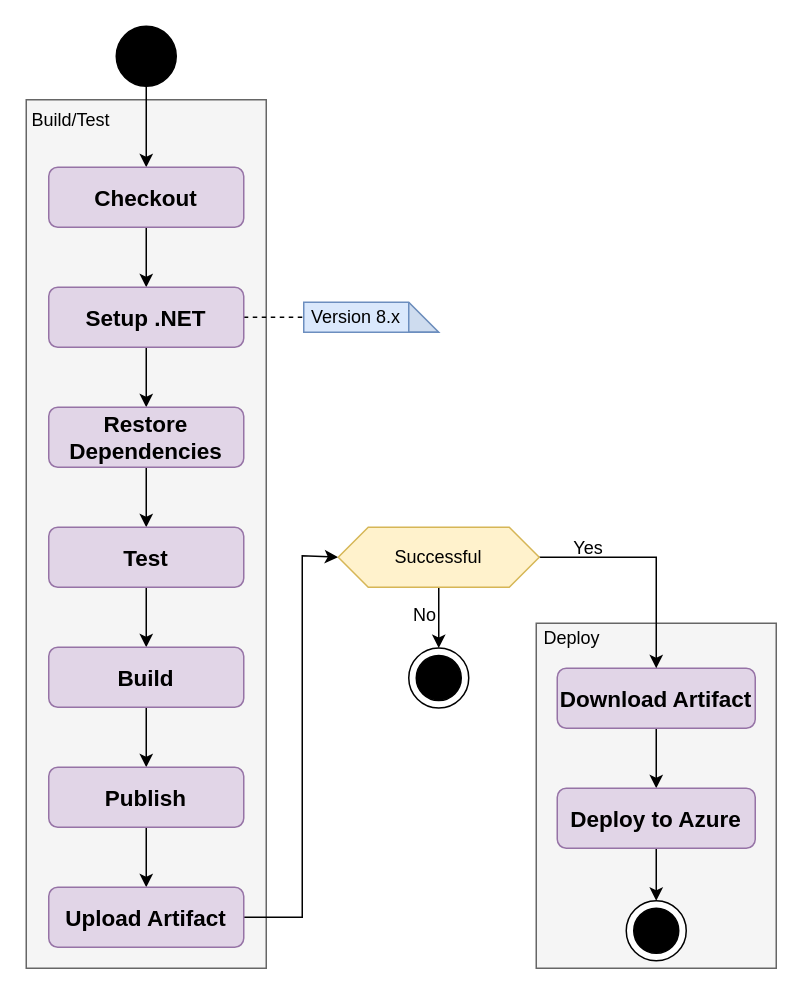
The draw.io diagram docs/diagrams/Deploy_Workflow.drawio in ITU-BDSA2024-GROUP6/Chirp, before the edit. Source tidied: cells renumbered, new cells numbered last; positions are measured from the earlier drawing's top-left corner, leaving out a move shared by most shapes. Both pictures are drawn from the tidied source at 150%, with x=0, y=0 at pixel (26, 26).
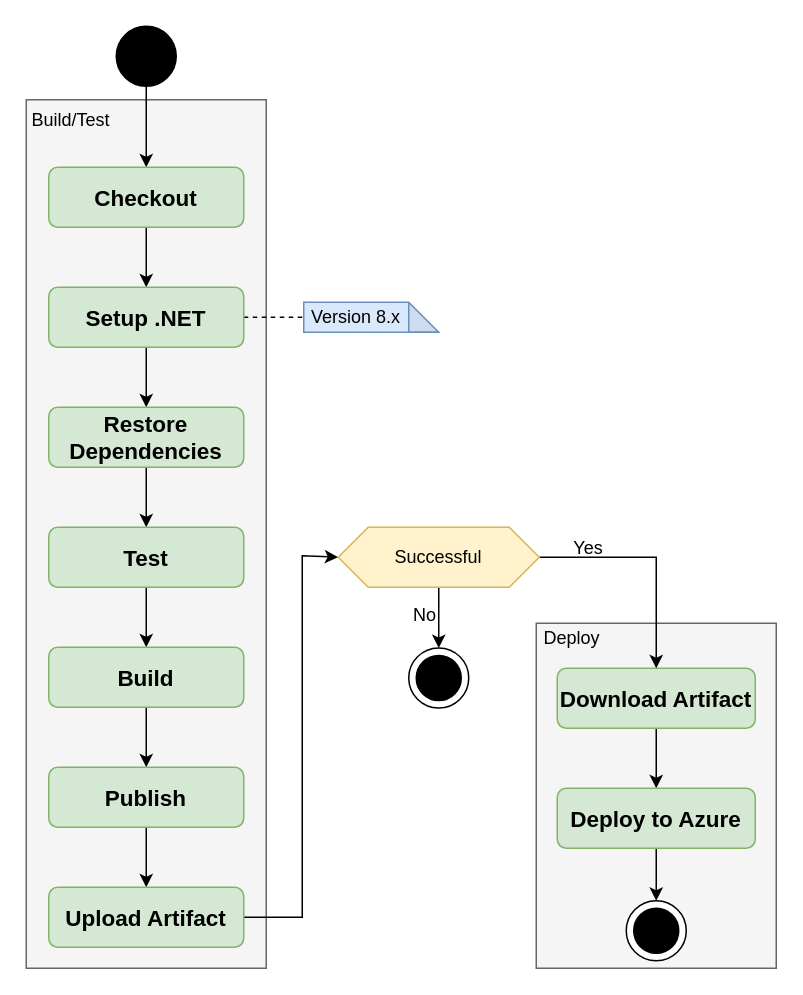
The same diagram, later.

Diff of the diagram source:
```diff
@@
-    <mxCell id="8" value="&lt;b&gt;&lt;font style=&quot;font-size: 15px;&quot;&gt;Checkout&lt;/font&gt;&lt;/b&gt;" style="rounded=1;whiteSpace=wrap;html=1;fillColor=#e1d5e7;strokeColor=#9673a6;" parent="1" vertex="1">
+    <mxCell id="8" value="&lt;b&gt;&lt;font style=&quot;font-size: 15px;&quot;&gt;Checkout&lt;/font&gt;&lt;/b&gt;" style="rounded=1;whiteSpace=wrap;html=1;fillColor=#d5e8d4;strokeColor=#82b366;" parent="1" vertex="1">
       <mxGeometry x="15" y="94" width="130" height="40" as="geometry" />
     </mxCell>
@@
-    <mxCell id="11" value="&lt;b&gt;&lt;font style=&quot;font-size: 15px;&quot;&gt;Setup .NET&lt;/font&gt;&lt;/b&gt;" style="rounded=1;whiteSpace=wrap;html=1;fillColor=#e1d5e7;strokeColor=#9673a6;" parent="1" vertex="1">
+    <mxCell id="11" value="&lt;b&gt;&lt;font style=&quot;font-size: 15px;&quot;&gt;Setup .NET&lt;/font&gt;&lt;/b&gt;" style="rounded=1;whiteSpace=wrap;html=1;fillColor=#d5e8d4;strokeColor=#82b366;" parent="1" vertex="1">
       <mxGeometry x="15" y="174" width="130" height="40" as="geometry" />
     </mxCell>
@@
-    <mxCell id="13" value="&lt;b&gt;&lt;font style=&quot;font-size: 15px;&quot;&gt;Restore Dependencies&lt;/font&gt;&lt;/b&gt;" style="rounded=1;whiteSpace=wrap;html=1;fillColor=#e1d5e7;strokeColor=#9673a6;" parent="1" vertex="1">
+    <mxCell id="13" value="&lt;b&gt;&lt;font style=&quot;font-size: 15px;&quot;&gt;Restore Dependencies&lt;/font&gt;&lt;/b&gt;" style="rounded=1;whiteSpace=wrap;html=1;fillColor=#d5e8d4;strokeColor=#82b366;" parent="1" vertex="1">
       <mxGeometry x="15" y="254" width="130" height="40" as="geometry" />
     </mxCell>
@@
-    <mxCell id="15" value="&lt;b&gt;&lt;font style=&quot;font-size: 15px;&quot;&gt;Test&lt;/font&gt;&lt;/b&gt;" style="rounded=1;whiteSpace=wrap;html=1;fillColor=#e1d5e7;strokeColor=#9673a6;" parent="1" vertex="1">
+    <mxCell id="15" value="&lt;b&gt;&lt;font style=&quot;font-size: 15px;&quot;&gt;Test&lt;/font&gt;&lt;/b&gt;" style="rounded=1;whiteSpace=wrap;html=1;fillColor=#d5e8d4;strokeColor=#82b366;" parent="1" vertex="1">
       <mxGeometry x="15" y="334" width="130" height="40" as="geometry" />
     </mxCell>
@@
-    <mxCell id="17" value="&lt;b&gt;&lt;font&gt;&lt;span style=&quot;font-size: 15px;&quot;&gt;Build&lt;/span&gt;&lt;/font&gt;&lt;/b&gt;" style="rounded=1;whiteSpace=wrap;html=1;fillColor=#e1d5e7;strokeColor=#9673a6;" parent="1" vertex="1">
+    <mxCell id="17" value="&lt;b&gt;&lt;font&gt;&lt;span style=&quot;font-size: 15px;&quot;&gt;Build&lt;/span&gt;&lt;/font&gt;&lt;/b&gt;" style="rounded=1;whiteSpace=wrap;html=1;fillColor=#d5e8d4;strokeColor=#82b366;" parent="1" vertex="1">
       <mxGeometry x="15" y="414" width="130" height="40" as="geometry" />
     </mxCell>
@@
-    <mxCell id="22" value="&lt;b&gt;&lt;font&gt;&lt;span style=&quot;font-size: 15px;&quot;&gt;Publish&lt;/span&gt;&lt;/font&gt;&lt;/b&gt;" style="rounded=1;whiteSpace=wrap;html=1;fillColor=#e1d5e7;strokeColor=#9673a6;" parent="1" vertex="1">
+    <mxCell id="22" value="&lt;b&gt;&lt;font&gt;&lt;span style=&quot;font-size: 15px;&quot;&gt;Publish&lt;/span&gt;&lt;/font&gt;&lt;/b&gt;" style="rounded=1;whiteSpace=wrap;html=1;fillColor=#d5e8d4;strokeColor=#82b366;" parent="1" vertex="1">
       <mxGeometry x="15" y="494" width="130" height="40" as="geometry" />
     </mxCell>
@@
-    <mxCell id="24" value="&lt;b&gt;&lt;font&gt;&lt;span style=&quot;font-size: 15px;&quot;&gt;Upload Artifact&lt;/span&gt;&lt;/font&gt;&lt;/b&gt;" style="rounded=1;whiteSpace=wrap;html=1;fillColor=#e1d5e7;strokeColor=#9673a6;" parent="1" vertex="1">
+    <mxCell id="24" value="&lt;b&gt;&lt;font&gt;&lt;span style=&quot;font-size: 15px;&quot;&gt;Upload Artifact&lt;/span&gt;&lt;/font&gt;&lt;/b&gt;" style="rounded=1;whiteSpace=wrap;html=1;fillColor=#d5e8d4;strokeColor=#82b366;" parent="1" vertex="1">
       <mxGeometry x="15" y="574" width="130" height="40" as="geometry" />
     </mxCell>
@@
-    <mxCell id="27" value="&lt;span style=&quot;font-size: 15px;&quot;&gt;&lt;b&gt;Download Artifact&lt;/b&gt;&lt;/span&gt;" style="rounded=1;whiteSpace=wrap;html=1;fillColor=#e1d5e7;strokeColor=#9673a6;" parent="1" vertex="1">
+    <mxCell id="27" value="&lt;span style=&quot;font-size: 15px;&quot;&gt;&lt;b&gt;Download Artifact&lt;/b&gt;&lt;/span&gt;" style="rounded=1;whiteSpace=wrap;html=1;fillColor=#d5e8d4;strokeColor=#82b366;" parent="1" vertex="1">
       <mxGeometry x="354" y="428" width="132" height="40" as="geometry" />
     </mxCell>
@@
-    <mxCell id="35" value="&lt;span style=&quot;font-size: 15px;&quot;&gt;&lt;b&gt;Deploy to Azure&lt;/b&gt;&lt;/span&gt;" style="rounded=1;whiteSpace=wrap;html=1;fillColor=#e1d5e7;strokeColor=#9673a6;" parent="1" vertex="1">
+    <mxCell id="35" value="&lt;span style=&quot;font-size: 15px;&quot;&gt;&lt;b&gt;Deploy to Azure&lt;/b&gt;&lt;/span&gt;" style="rounded=1;whiteSpace=wrap;html=1;fillColor=#d5e8d4;strokeColor=#82b366;" parent="1" vertex="1">
       <mxGeometry x="354" y="508" width="132" height="40" as="geometry" />
     </mxCell>
```
